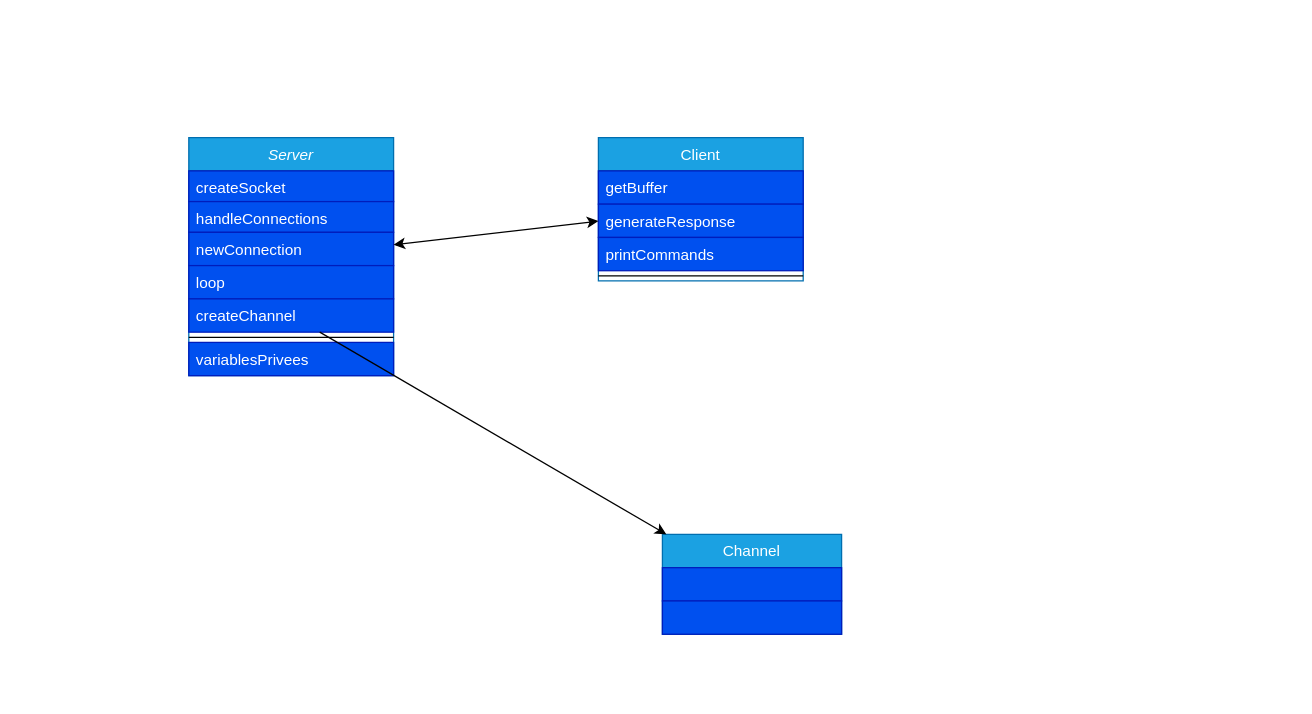
LucasLion/irc keeps this draw.io diagram as irc_diagram.drawio. Above is the earlier version. Source tidied: cells renumbered, new cells numbered last; positions are measured from the earlier drawing's top-left corner, leaving out a move shared by most shapes. Both pictures are drawn from the tidied source at 128%, with x=0, y=0 at pixel (188, 137).
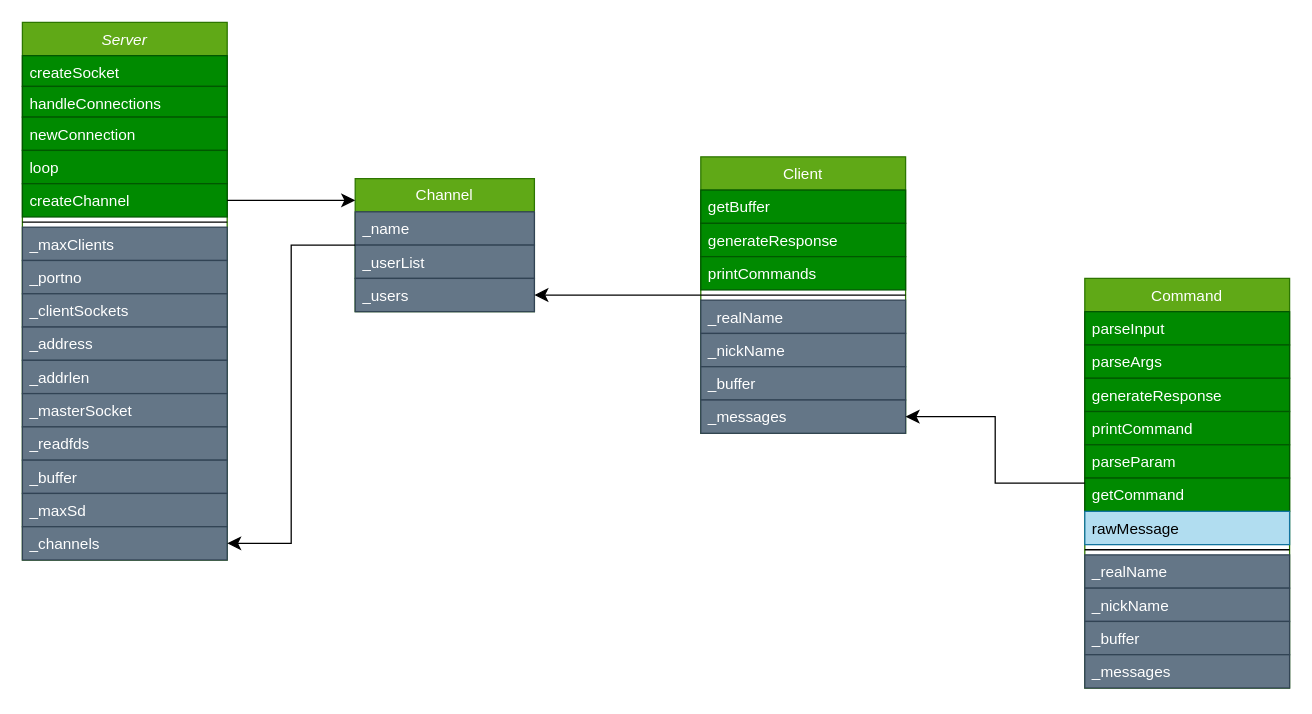
After the change.

Commit message (it also covers changes not shown here):
Mettre à jour irc_diagram.drawio

The edit, as a diff of the source:
```diff
@@
-    <mxCell id="2" value="Server" style="swimlane;fontStyle=2;align=center;verticalAlign=top;horizontal=1;startSize=26;rounded=0;shadow=0;strokeWidth=1;fillColor=#1ba1e2;fontColor=#ffffff;strokeColor=#006EAF;" parent="1" vertex="1">
-      <mxGeometry width="160" height="186" as="geometry" />
+    <mxCell id="2" value="Server" style="swimlane;fontStyle=2;align=center;verticalAlign=top;horizontal=1;startSize=26;rounded=0;shadow=0;strokeWidth=1;fillColor=#60a917;fontColor=#ffffff;strokeColor=#2D7600;" parent="1" vertex="1">
+      <mxGeometry x="-130" y="-90" width="160" height="420" as="geometry" />
     </mxCell>
-    <mxCell id="3" value="createSocket&#10;" style="text;align=left;verticalAlign=top;spacingLeft=4;spacingRight=4;overflow=hidden;fillColor=#0050ef;fontColor=#ffffff;strokeColor=#001DBC;" parent="2" vertex="1">
+    <mxCell id="3" value="createSocket&#10;" style="text;align=left;verticalAlign=top;spacingLeft=4;spacingRight=4;overflow=hidden;fillColor=#008a00;fontColor=#ffffff;strokeColor=#005700;" parent="2" vertex="1">
       <mxGeometry y="26" width="160" height="24" as="geometry" />
     </mxCell>
-    <mxCell id="4" value="handleConnections" style="text;align=left;verticalAlign=top;spacingLeft=4;spacingRight=4;overflow=hidden;fillColor=#0050ef;fontColor=#ffffff;strokeColor=#001DBC;" parent="2" vertex="1">
+    <mxCell id="4" value="handleConnections" style="text;align=left;verticalAlign=top;spacingLeft=4;spacingRight=4;overflow=hidden;fillColor=#008a00;fontColor=#ffffff;strokeColor=#005700;" parent="2" vertex="1">
       <mxGeometry y="50" width="160" height="24" as="geometry" />
     </mxCell>
-    <mxCell id="5" value="newConnection" style="text;align=left;verticalAlign=top;spacingLeft=4;spacingRight=4;overflow=hidden;fillColor=#0050ef;fontColor=#ffffff;strokeColor=#001DBC;" parent="2" vertex="1">
+    <mxCell id="5" value="newConnection" style="text;align=left;verticalAlign=top;spacingLeft=4;spacingRight=4;overflow=hidden;fillColor=#008a00;fontColor=#ffffff;strokeColor=#005700;" parent="2" vertex="1">
       <mxGeometry y="74" width="160" height="26" as="geometry" />
     </mxCell>
-    <mxCell id="6" value="loop&#10;" style="text;align=left;verticalAlign=top;spacingLeft=4;spacingRight=4;overflow=hidden;rounded=0;shadow=0;html=0;fillColor=#0050ef;fontColor=#ffffff;strokeColor=#001DBC;" parent="2" vertex="1">
+    <mxCell id="6" value="loop" style="text;align=left;verticalAlign=top;spacingLeft=4;spacingRight=4;overflow=hidden;rounded=0;shadow=0;html=0;fillColor=#008a00;fontColor=#ffffff;strokeColor=#005700;" parent="2" vertex="1">
       <mxGeometry y="100" width="160" height="26" as="geometry" />
     </mxCell>
-    <mxCell id="7" value="createChannel" style="text;align=left;verticalAlign=top;spacingLeft=4;spacingRight=4;overflow=hidden;points=[[0,0.5],[1,0.5]];portConstraint=eastwest;rounded=0;shadow=0;html=0;fillColor=#0050ef;fontColor=#ffffff;strokeColor=#001DBC;" parent="2" vertex="1">
+    <mxCell id="7" value="createChannel" style="text;align=left;verticalAlign=top;spacingLeft=4;spacingRight=4;overflow=hidden;points=[[0,0.5],[1,0.5]];portConstraint=eastwest;rounded=0;shadow=0;html=0;fillColor=#008a00;fontColor=#ffffff;strokeColor=#005700;" parent="2" vertex="1">
       <mxGeometry y="126" width="160" height="26" as="geometry" />
     </mxCell>
@@
-    <mxCell id="9" value="variablesPrivees" style="text;align=left;verticalAlign=top;spacingLeft=4;spacingRight=4;overflow=hidden;rounded=0;shadow=0;html=0;fillColor=#0050ef;fontColor=#ffffff;strokeColor=#001DBC;" parent="2" vertex="1">
+    <mxCell id="9" value="_maxClients" style="text;align=left;verticalAlign=top;spacingLeft=4;spacingRight=4;overflow=hidden;rounded=0;shadow=0;html=0;fillColor=#647687;fontColor=#ffffff;strokeColor=#314354;" parent="2" vertex="1">
       <mxGeometry y="160" width="160" height="26" as="geometry" />
     </mxCell>
+    <mxCell id="20" value="_portno" style="text;align=left;verticalAlign=top;spacingLeft=4;spacingRight=4;overflow=hidden;rounded=0;shadow=0;html=0;fillColor=#647687;fontColor=#ffffff;strokeColor=#314354;" parent="2" vertex="1">
+      <mxGeometry y="186" width="160" height="26" as="geometry" />
+    </mxCell>
+    <mxCell id="21" value="_clientSockets" style="text;align=left;verticalAlign=top;spacingLeft=4;spacingRight=4;overflow=hidden;rounded=0;shadow=0;html=0;fillColor=#647687;fontColor=#ffffff;strokeColor=#314354;" parent="2" vertex="1">
+      <mxGeometry y="212" width="160" height="26" as="geometry" />
+    </mxCell>
+    <mxCell id="22" value="_address" style="text;align=left;verticalAlign=top;spacingLeft=4;spacingRight=4;overflow=hidden;rounded=0;shadow=0;html=0;fillColor=#647687;fontColor=#ffffff;strokeColor=#314354;" parent="2" vertex="1">
+      <mxGeometry y="238" width="160" height="26" as="geometry" />
+    </mxCell>
+    <mxCell id="23" value="_addrlen" style="text;align=left;verticalAlign=top;spacingLeft=4;spacingRight=4;overflow=hidden;rounded=0;shadow=0;html=0;fillColor=#647687;fontColor=#ffffff;strokeColor=#314354;" parent="2" vertex="1">
+      <mxGeometry y="264" width="160" height="26" as="geometry" />
+    </mxCell>
+    <mxCell id="24" value="_masterSocket" style="text;align=left;verticalAlign=top;spacingLeft=4;spacingRight=4;overflow=hidden;rounded=0;shadow=0;html=0;fillColor=#647687;fontColor=#ffffff;strokeColor=#314354;" parent="2" vertex="1">
+      <mxGeometry y="290" width="160" height="26" as="geometry" />
+    </mxCell>
+    <mxCell id="25" value="_readfds&#10;" style="text;align=left;verticalAlign=top;spacingLeft=4;spacingRight=4;overflow=hidden;rounded=0;shadow=0;html=0;fillColor=#647687;fontColor=#ffffff;strokeColor=#314354;" parent="2" vertex="1">
+      <mxGeometry y="316" width="160" height="26" as="geometry" />
+    </mxCell>
+    <mxCell id="26" value="_buffer" style="text;align=left;verticalAlign=top;spacingLeft=4;spacingRight=4;overflow=hidden;rounded=0;shadow=0;html=0;fillColor=#647687;fontColor=#ffffff;strokeColor=#314354;" parent="2" vertex="1">
+      <mxGeometry y="342" width="160" height="26" as="geometry" />
+    </mxCell>
+    <mxCell id="27" value="_maxSd" style="text;align=left;verticalAlign=top;spacingLeft=4;spacingRight=4;overflow=hidden;rounded=0;shadow=0;html=0;fillColor=#647687;fontColor=#ffffff;strokeColor=#314354;" parent="2" vertex="1">
+      <mxGeometry y="368" width="160" height="26" as="geometry" />
+    </mxCell>
+    <mxCell id="28" value="_channels" style="text;align=left;verticalAlign=top;spacingLeft=4;spacingRight=4;overflow=hidden;points=[[0,0.5],[1,0.5]];portConstraint=eastwest;rounded=0;shadow=0;html=0;fillColor=#647687;fontColor=#ffffff;strokeColor=#314354;" parent="2" vertex="1">
+      <mxGeometry y="394" width="160" height="26" as="geometry" />
+    </mxCell>
-    <mxCell id="10" value="Client" style="swimlane;fontStyle=0;align=center;verticalAlign=top;horizontal=1;startSize=26;rounded=0;shadow=0;strokeWidth=1;fillColor=#1ba1e2;fontColor=#ffffff;strokeColor=#006EAF;" parent="1" vertex="1">
-      <mxGeometry x="320" width="160" height="112" as="geometry" />
+    <mxCell id="10" value="Client" style="swimlane;fontStyle=0;align=center;verticalAlign=top;horizontal=1;startSize=26;rounded=0;shadow=0;strokeWidth=1;fillColor=#60a917;fontColor=#ffffff;strokeColor=#2D7600;" parent="1" vertex="1">
+      <mxGeometry x="400" y="15" width="160" height="216" as="geometry" />
     </mxCell>
-    <mxCell id="11" value="getBuffer" style="text;align=left;verticalAlign=top;spacingLeft=4;spacingRight=4;overflow=hidden;fillColor=#0050ef;fontColor=#ffffff;strokeColor=#001DBC;" parent="10" vertex="1">
+    <mxCell id="11" value="getBuffer" style="text;align=left;verticalAlign=top;spacingLeft=4;spacingRight=4;overflow=hidden;fillColor=#008a00;fontColor=#ffffff;strokeColor=#005700;" parent="10" vertex="1">
       <mxGeometry y="26" width="160" height="26" as="geometry" />
     </mxCell>
-    <mxCell id="12" value="generateResponse" style="text;align=left;verticalAlign=top;spacingLeft=4;spacingRight=4;overflow=hidden;rounded=0;shadow=0;html=0;fillColor=#0050ef;fontColor=#ffffff;strokeColor=#001DBC;" parent="10" vertex="1">
+    <mxCell id="12" value="generateResponse" style="text;align=left;verticalAlign=top;spacingLeft=4;spacingRight=4;overflow=hidden;rounded=0;shadow=0;html=0;fillColor=#008a00;fontColor=#ffffff;strokeColor=#005700;" parent="10" vertex="1">
       <mxGeometry y="52" width="160" height="26" as="geometry" />
     </mxCell>
-    <mxCell id="13" value="printCommands" style="text;align=left;verticalAlign=top;spacingLeft=4;spacingRight=4;overflow=hidden;rounded=0;shadow=0;html=0;fillColor=#0050ef;fontColor=#ffffff;strokeColor=#001DBC;" parent="10" vertex="1">
+    <mxCell id="13" value="printCommands" style="text;align=left;verticalAlign=top;spacingLeft=4;spacingRight=4;overflow=hidden;rounded=0;shadow=0;html=0;fillColor=#008a00;fontColor=#ffffff;strokeColor=#005700;" parent="10" vertex="1">
       <mxGeometry y="78" width="160" height="26" as="geometry" />
     </mxCell>
@@
-    <mxCell id="15" style="endArrow=classic;startArrow=classic;html=1;rounded=0;" parent="1" edge="1" source="2" target="10">
-      <mxGeometry relative="1" as="geometry" />
-    </mxCell>
+    <mxCell id="29" value="_realName" style="text;align=left;verticalAlign=top;spacingLeft=4;spacingRight=4;overflow=hidden;rounded=0;shadow=0;html=0;fillColor=#647687;fontColor=#ffffff;strokeColor=#314354;" parent="10" vertex="1">
+      <mxGeometry y="112" width="160" height="26" as="geometry" />
+    </mxCell>
+    <mxCell id="30" value="_nickName" style="text;align=left;verticalAlign=top;spacingLeft=4;spacingRight=4;overflow=hidden;rounded=0;shadow=0;html=0;fillColor=#647687;fontColor=#ffffff;strokeColor=#314354;" parent="10" vertex="1">
+      <mxGeometry y="138" width="160" height="26" as="geometry" />
+    </mxCell>
+    <mxCell id="31" value="_buffer" style="text;align=left;verticalAlign=top;spacingLeft=4;spacingRight=4;overflow=hidden;rounded=0;shadow=0;html=0;fillColor=#647687;fontColor=#ffffff;strokeColor=#314354;" parent="10" vertex="1">
+      <mxGeometry y="164" width="160" height="26" as="geometry" />
+    </mxCell>
+    <mxCell id="32" value="_messages" style="text;align=left;verticalAlign=top;spacingLeft=4;spacingRight=4;overflow=hidden;points=[[0,0.5],[1,0.5]];portConstraint=eastwest;rounded=0;shadow=0;html=0;fillColor=#647687;fontColor=#ffffff;strokeColor=#314354;" parent="10" vertex="1">
+      <mxGeometry y="190" width="160" height="26" as="geometry" />
+    </mxCell>
-    <mxCell id="16" value="Channel" style="swimlane;fontStyle=0;horizontal=1;startSize=26;fillColor=#1ba1e2;whiteSpace=wrap;html=1;fontColor=#ffffff;strokeColor=#006EAF;" parent="1" vertex="1">
-      <mxGeometry x="370" y="310" width="140" height="78" as="geometry" />
+    <mxCell id="16" value="Channel" style="swimlane;fontStyle=0;horizontal=1;startSize=26;fillColor=#60a917;whiteSpace=wrap;html=1;fontColor=#ffffff;strokeColor=#2D7600;" parent="1" vertex="1">
+      <mxGeometry x="130" y="32" width="140" height="104" as="geometry" />
     </mxCell>
-    <mxCell id="17" style="text;strokeColor=#001DBC;fillColor=#0050ef;align=left;verticalAlign=top;spacingLeft=4;spacingRight=4;overflow=hidden;whiteSpace=wrap;html=1;fontColor=#ffffff;" parent="16" vertex="1">
+    <mxCell id="17" value="_name" style="text;strokeColor=#314354;fillColor=#647687;align=left;verticalAlign=top;spacingLeft=4;spacingRight=4;overflow=hidden;whiteSpace=wrap;html=1;fontColor=#ffffff;" parent="16" vertex="1">
       <mxGeometry y="26" width="140" height="26" as="geometry" />
     </mxCell>
+    <mxCell id="33" value="_userList" style="text;strokeColor=#314354;fillColor=#647687;align=left;verticalAlign=top;spacingLeft=4;spacingRight=4;overflow=hidden;whiteSpace=wrap;html=1;fontColor=#ffffff;" parent="16" vertex="1">
+      <mxGeometry y="52" width="140" height="26" as="geometry" />
+    </mxCell>
-    <mxCell id="18" style="text;strokeColor=#001DBC;fillColor=#0050ef;align=left;verticalAlign=top;spacingLeft=4;spacingRight=4;overflow=hidden;points=[[0,0.5],[1,0.5]];portConstraint=eastwest;whiteSpace=wrap;html=1;fontColor=#ffffff;" parent="16" vertex="1">
-      <mxGeometry y="52" width="140" height="26" as="geometry" />
+    <mxCell id="18" value="_users" style="text;strokeColor=#314354;fillColor=#647687;align=left;verticalAlign=top;spacingLeft=4;spacingRight=4;overflow=hidden;points=[[0,0.5],[1,0.5]];portConstraint=eastwest;whiteSpace=wrap;html=1;fontColor=#ffffff;" parent="16" vertex="1">
+      <mxGeometry y="78" width="140" height="26" as="geometry" />
     </mxCell>
+    <mxCell id="34" style="edgeStyle=elbowEdgeStyle;elbow=horizontal;endArrow=classic;html=1;curved=0;rounded=0;endSize=8;startSize=8;" parent="1" edge="1" source="16" target="28">
+      <mxGeometry relative="1" as="geometry" />
+    </mxCell>
-    <mxCell id="19" style="endArrow=classic;html=1;rounded=0;" parent="1" edge="1" source="7" target="16">
+    <mxCell id="19" style="edgeStyle=elbowEdgeStyle;elbow=vertical;endArrow=classic;html=1;curved=0;rounded=0;endSize=8;startSize=8;" parent="1" edge="1" source="7" target="16">
       <mxGeometry relative="1" as="geometry" />
     </mxCell>
+    <mxCell id="35" value="Command" style="swimlane;fontStyle=0;align=center;verticalAlign=top;horizontal=1;startSize=26;rounded=0;shadow=0;strokeWidth=1;fillColor=#60a917;fontColor=#ffffff;strokeColor=#2D7600;" parent="1" vertex="1">
+      <mxGeometry x="700" y="110" width="160" height="320" as="geometry" />
+    </mxCell>
+    <mxCell id="36" value="parseInput" style="text;align=left;verticalAlign=top;spacingLeft=4;spacingRight=4;overflow=hidden;fillColor=#008a00;fontColor=#ffffff;strokeColor=#005700;" parent="35" vertex="1">
+      <mxGeometry y="26" width="160" height="26" as="geometry" />
+    </mxCell>
+    <mxCell id="37" value="parseArgs" style="text;align=left;verticalAlign=top;spacingLeft=4;spacingRight=4;overflow=hidden;rounded=0;shadow=0;html=0;fillColor=#008a00;fontColor=#ffffff;strokeColor=#005700;" parent="35" vertex="1">
+      <mxGeometry y="52" width="160" height="26" as="geometry" />
+    </mxCell>
+    <mxCell id="38" value="generateResponse" style="text;align=left;verticalAlign=top;spacingLeft=4;spacingRight=4;overflow=hidden;rounded=0;shadow=0;html=0;fillColor=#008a00;fontColor=#ffffff;strokeColor=#005700;" parent="35" vertex="1">
+      <mxGeometry y="78" width="160" height="26" as="geometry" />
+    </mxCell>
+    <mxCell id="39" value="printCommand" style="text;align=left;verticalAlign=top;spacingLeft=4;spacingRight=4;overflow=hidden;rounded=0;shadow=0;html=0;fillColor=#008a00;fontColor=#ffffff;strokeColor=#005700;" parent="35" vertex="1">
+      <mxGeometry y="104" width="160" height="26" as="geometry" />
+    </mxCell>
+    <mxCell id="40" value="parseParam" style="text;align=left;verticalAlign=top;spacingLeft=4;spacingRight=4;overflow=hidden;rounded=0;shadow=0;html=0;fillColor=#008a00;fontColor=#ffffff;strokeColor=#005700;" parent="35" vertex="1">
+      <mxGeometry y="130" width="160" height="26" as="geometry" />
+    </mxCell>
+    <mxCell id="41" value="getCommand" style="text;align=left;verticalAlign=top;spacingLeft=4;spacingRight=4;overflow=hidden;rounded=0;shadow=0;html=0;fillColor=#008a00;fontColor=#ffffff;strokeColor=#005700;" parent="35" vertex="1">
+      <mxGeometry y="156" width="160" height="26" as="geometry" />
+    </mxCell>
+    <mxCell id="42" value="rawMessage" style="text;align=left;verticalAlign=top;spacingLeft=4;spacingRight=4;overflow=hidden;rounded=0;shadow=0;html=0;fillColor=#b1ddf0;strokeColor=#10739e;" parent="35" vertex="1">
+      <mxGeometry y="182" width="160" height="26" as="geometry" />
+    </mxCell>
+    <mxCell id="43" style="line;html=1;strokeWidth=1;align=left;verticalAlign=middle;spacingTop=-1;spacingLeft=3;spacingRight=3;labelPosition=right;" parent="35" vertex="1">
+      <mxGeometry y="208" width="160" height="8" as="geometry" />
+    </mxCell>
+    <mxCell id="44" value="_realName" style="text;align=left;verticalAlign=top;spacingLeft=4;spacingRight=4;overflow=hidden;rounded=0;shadow=0;html=0;fillColor=#647687;fontColor=#ffffff;strokeColor=#314354;" parent="35" vertex="1">
+      <mxGeometry y="216" width="160" height="26" as="geometry" />
+    </mxCell>
+    <mxCell id="45" value="_nickName" style="text;align=left;verticalAlign=top;spacingLeft=4;spacingRight=4;overflow=hidden;rounded=0;shadow=0;html=0;fillColor=#647687;fontColor=#ffffff;strokeColor=#314354;" parent="35" vertex="1">
+      <mxGeometry y="242" width="160" height="26" as="geometry" />
+    </mxCell>
+    <mxCell id="46" value="_buffer" style="text;align=left;verticalAlign=top;spacingLeft=4;spacingRight=4;overflow=hidden;rounded=0;shadow=0;html=0;fillColor=#647687;fontColor=#ffffff;strokeColor=#314354;" parent="35" vertex="1">
+      <mxGeometry y="268" width="160" height="26" as="geometry" />
+    </mxCell>
+    <mxCell id="47" value="_messages" style="text;align=left;verticalAlign=top;spacingLeft=4;spacingRight=4;overflow=hidden;rounded=0;shadow=0;html=0;fillColor=#647687;fontColor=#ffffff;strokeColor=#314354;" parent="35" vertex="1">
+      <mxGeometry y="294" width="160" height="26" as="geometry" />
+    </mxCell>
+    <mxCell id="48" style="edgeStyle=elbowEdgeStyle;elbow=horizontal;endArrow=classic;html=1;curved=0;rounded=0;endSize=8;startSize=8;" parent="1" edge="1" source="10" target="18">
+      <mxGeometry relative="1" as="geometry" />
+    </mxCell>
+    <mxCell id="49" style="edgeStyle=elbowEdgeStyle;elbow=horizontal;endArrow=classic;html=1;curved=0;rounded=0;endSize=8;startSize=8;" parent="1" edge="1" source="35" target="32">
+      <mxGeometry relative="1" as="geometry" />
+    </mxCell>
```
